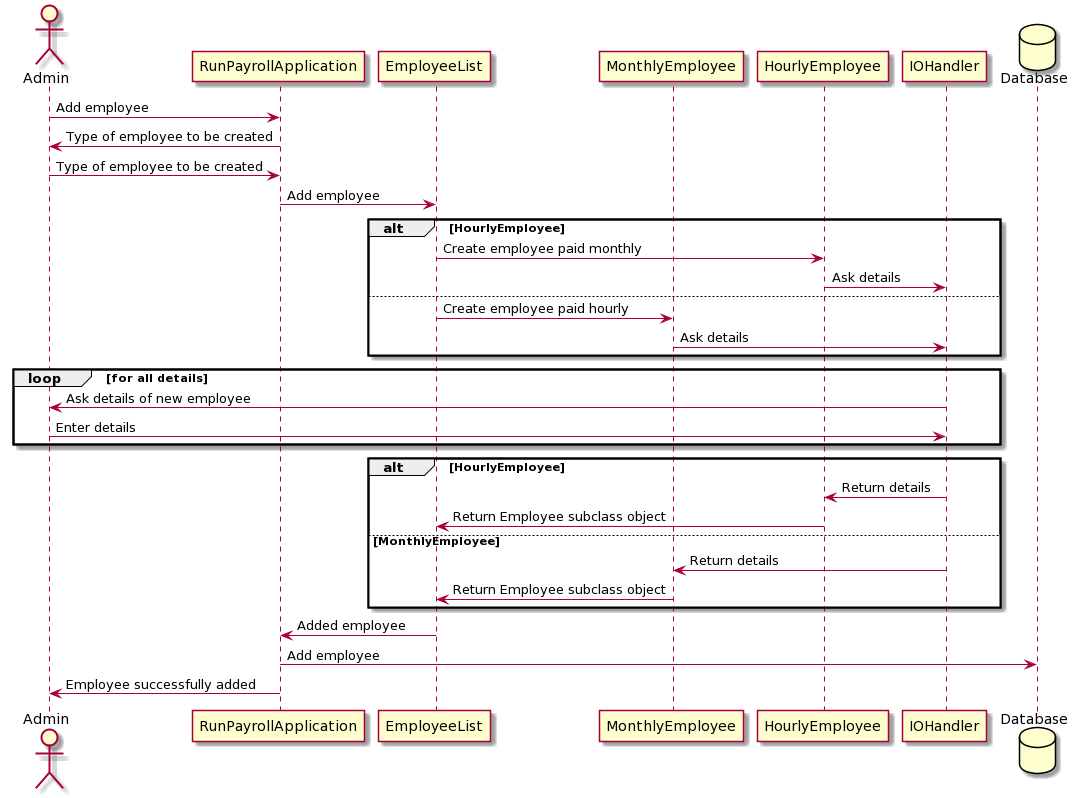
Earlier version of the PlantUML export Documentation/SequenceDiagramAddEmployee.png (gnarayang/FKPayrollDesign). Its diagram source:
```plantuml
@startuml
actor Admin
    participant RunPayrollApplication
    participant EmployeeList
    participant MonthlyEmployee
    participant HourlyEmployee
    participant IOHandler
    database Database

    Admin -> RunPayrollApplication : Add employee
    RunPayrollApplication -> Admin : Type of employee to be created
    Admin -> RunPayrollApplication : Type of employee to be created
    RunPayrollApplication -> EmployeeList : Add employee

    alt HourlyEmployee

        EmployeeList -> HourlyEmployee : Create employee paid monthly
        HourlyEmployee -> IOHandler : Ask details

    else

        EmployeeList -> MonthlyEmployee : Create employee paid hourly
        MonthlyEmployee -> IOHandler : Ask details

    end

    loop for all details
        IOHandler -> Admin : Ask details of new employee
        Admin -> IOHandler : Enter details

    end

    alt HourlyEmployee

        IOHandler -> HourlyEmployee : Return details
        HourlyEmployee -> EmployeeList : Return Employee subclass object

    else MonthlyEmployee

        IOHandler -> MonthlyEmployee : Return details
        MonthlyEmployee -> EmployeeList : Return Employee subclass object

    end

    EmployeeList -> RunPayrollApplication : Added employee
    RunPayrollApplication -> Database : Add employee
    RunPayrollApplication -> Admin : Employee successfully added
@enduml
```
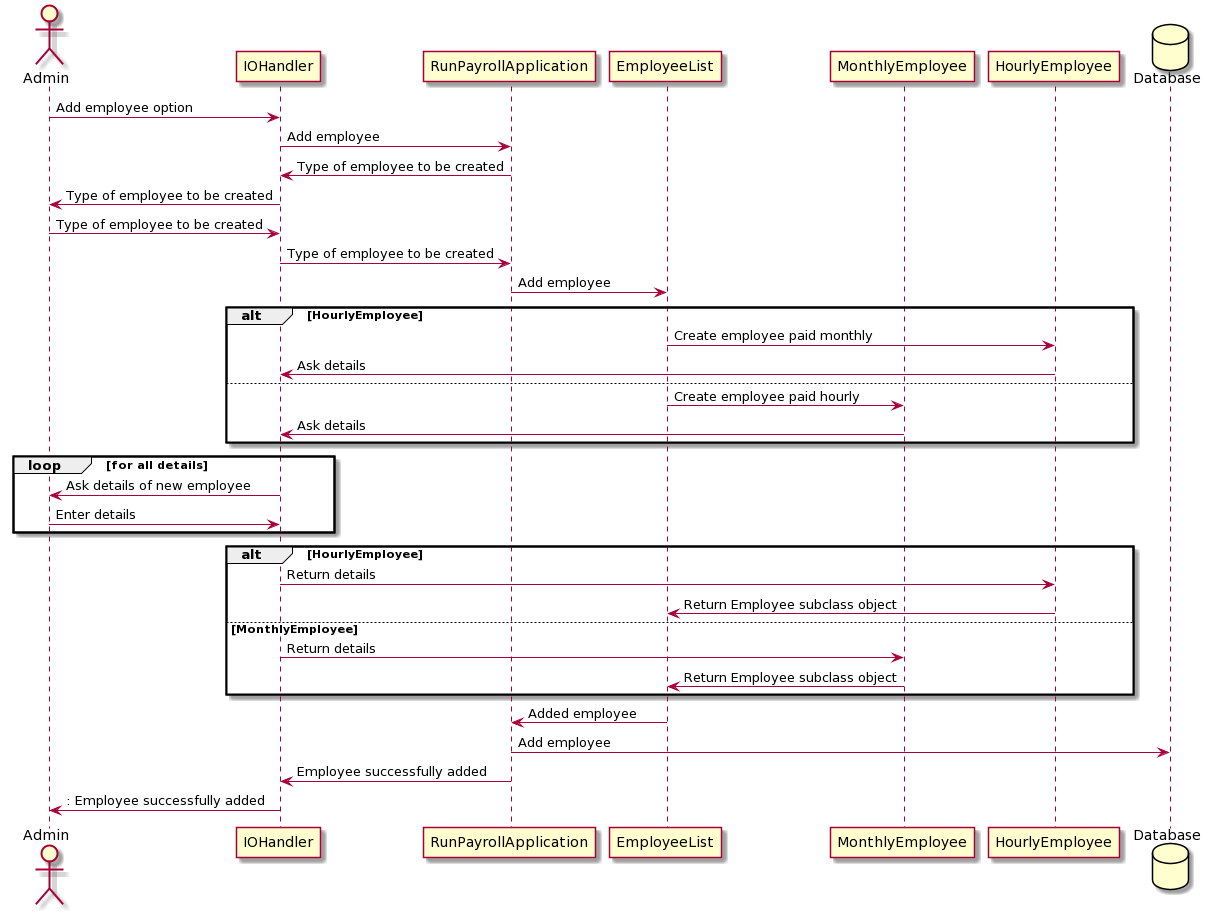
Later version of the same file.

Commit message:
Documentation:Add sequence diagram delete employee

Change existing UML diagram for add employee

Diff of the diagram source:
```diff
@@ -1,15 +1,18 @@
 @startuml
 actor Admin
+    participant IOHandler
     participant RunPayrollApplication
     participant EmployeeList
     participant MonthlyEmployee
     participant HourlyEmployee
-    participant IOHandler
     database Database
 
-    Admin -> RunPayrollApplication : Add employee
-    RunPayrollApplication -> Admin : Type of employee to be created
-    Admin -> RunPayrollApplication : Type of employee to be created
+    Admin -> IOHandler : Add employee option
+    IOHandler -> RunPayrollApplication : Add employee
+    RunPayrollApplication -> IOHandler : Type of employee to be created
+    IOHandler -> Admin : Type of employee to be created
+    Admin -> IOHandler : Type of employee to be created
+    IOHandler -> RunPayrollApplication : Type of employee to be created
     RunPayrollApplication -> EmployeeList : Add employee
 
     alt HourlyEmployee
@@ -44,5 +47,6 @@
 
     EmployeeList -> RunPayrollApplication : Added employee
     RunPayrollApplication -> Database : Add employee
-    RunPayrollApplication -> Admin : Employee successfully added
+    RunPayrollApplication -> IOHandler : Employee successfully added
+    IOHandler -> Admin : : Employee successfully added
 @enduml
```
